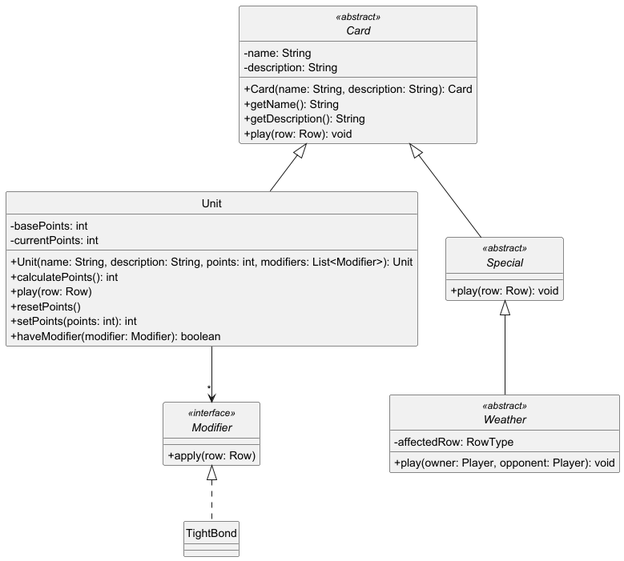
Before: diagrams/classes/cards.png, a diagram exported from PlantUML (Yonhir/algo3_proyecto_base_tp2). Its source is kept beside it as diagrams/classes/cards.plantuml.
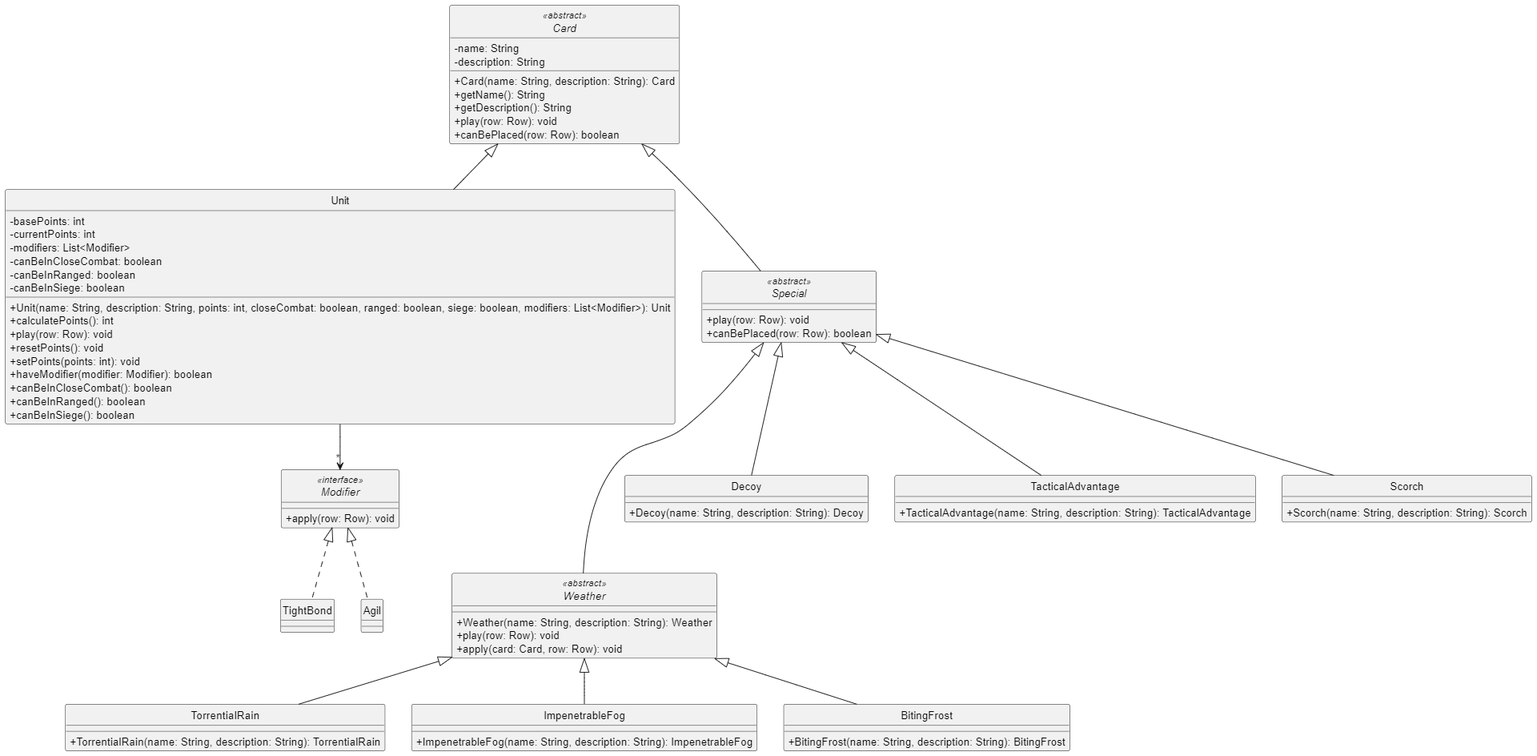
After the change.

The edit, as a diff of the source:
```diff
@@ -3,7 +3,6 @@
 skinparam monochrome true
 hide circle
 skinparam classAttributeIconSize 0
-
 
 
 abstract class Card <<abstract>> {
@@ -13,42 +12,88 @@
   +getName(): String
   +getDescription(): String
   +play(row: Row): void
+  +canBePlaced(row: Row): boolean
 }
 
 class Unit {
   -basePoints: int
   -currentPoints: int
-  +Unit(name: String, description: String, points: int, modifiers: List<Modifier>): Unit
+  -modifiers: List<Modifier>
+  -canBeInCloseCombat: boolean
+  -canBeInRanged: boolean
+  -canBeInSiege: boolean
+  +Unit(name: String, description: String, points: int, closeCombat: boolean, ranged: boolean, siege: boolean, modifiers: List<Modifier>): Unit
   +calculatePoints(): int
-  +play(row: Row)
-  +resetPoints()
-  +setPoints(points: int): int
+  +play(row: Row): void
+  +resetPoints(): void
+  +setPoints(points: int): void
   +haveModifier(modifier: Modifier): boolean
+  +canBeInCloseCombat(): boolean
+  +canBeInRanged(): boolean
+  +canBeInSiege(): boolean
 }
 
 abstract class Special <<abstract>> {
   +play(row: Row): void
+  +canBePlaced(row: Row): boolean
 }
 
 abstract class Weather <<abstract>> {
-  -affectedRow: RowType
-  +play(owner: Player, opponent: Player): void
+  +Weather(name: String, description: String): Weather
+  +play(row: Row): void
+  +apply(card: Card, row: Row): void
+}
+
+class TorrentialRain {
+  +TorrentialRain(name: String, description: String): TorrentialRain
+}
+
+class ImpenetrableFog {
+  +ImpenetrableFog(name: String, description: String): ImpenetrableFog
+}
+
+class BitingFrost {
+  +BitingFrost(name: String, description: String): BitingFrost
+}
+
+class Decoy {
+  +Decoy(name: String, description: String): Decoy
+}
+
+class TacticalAdvantage {
+  +TacticalAdvantage(name: String, description: String): TacticalAdvantage
+}
+
+class Scorch {
+  +Scorch(name: String, description: String): Scorch
 }
 
 interface Modifier <<interface>> {
-    +apply(row: Row)
+  +apply(row: Row): void
 }
 
-class TightBond{
+class TightBond {
+}
 
+class Agil {
 }
 
 
 Card <|-- Unit
 Card <|-- Special
-Special <|-- Weather
 
 Unit --> "*" Modifier
+
 Modifier <|.. TightBond
+Modifier <|.. Agil
+
+Special <|-- Decoy
+Special <|-- TacticalAdvantage
+Special <|-- Scorch
+Special <|--- Weather
+
+Weather <|-- TorrentialRain
+Weather <|-- ImpenetrableFog
+Weather <|-- BitingFrost
 
 @enduml
```
